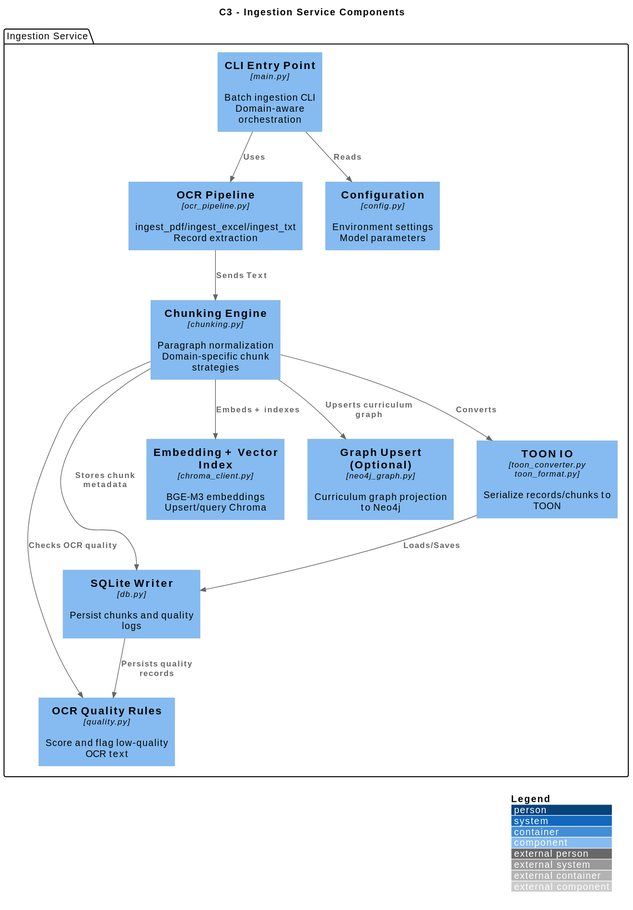
Above: docs/rendered/Backend_C3_Ingestion_Components.svg in KKOIDF/CPE-CHAT-0.0.2 (PlantUML), before the change.
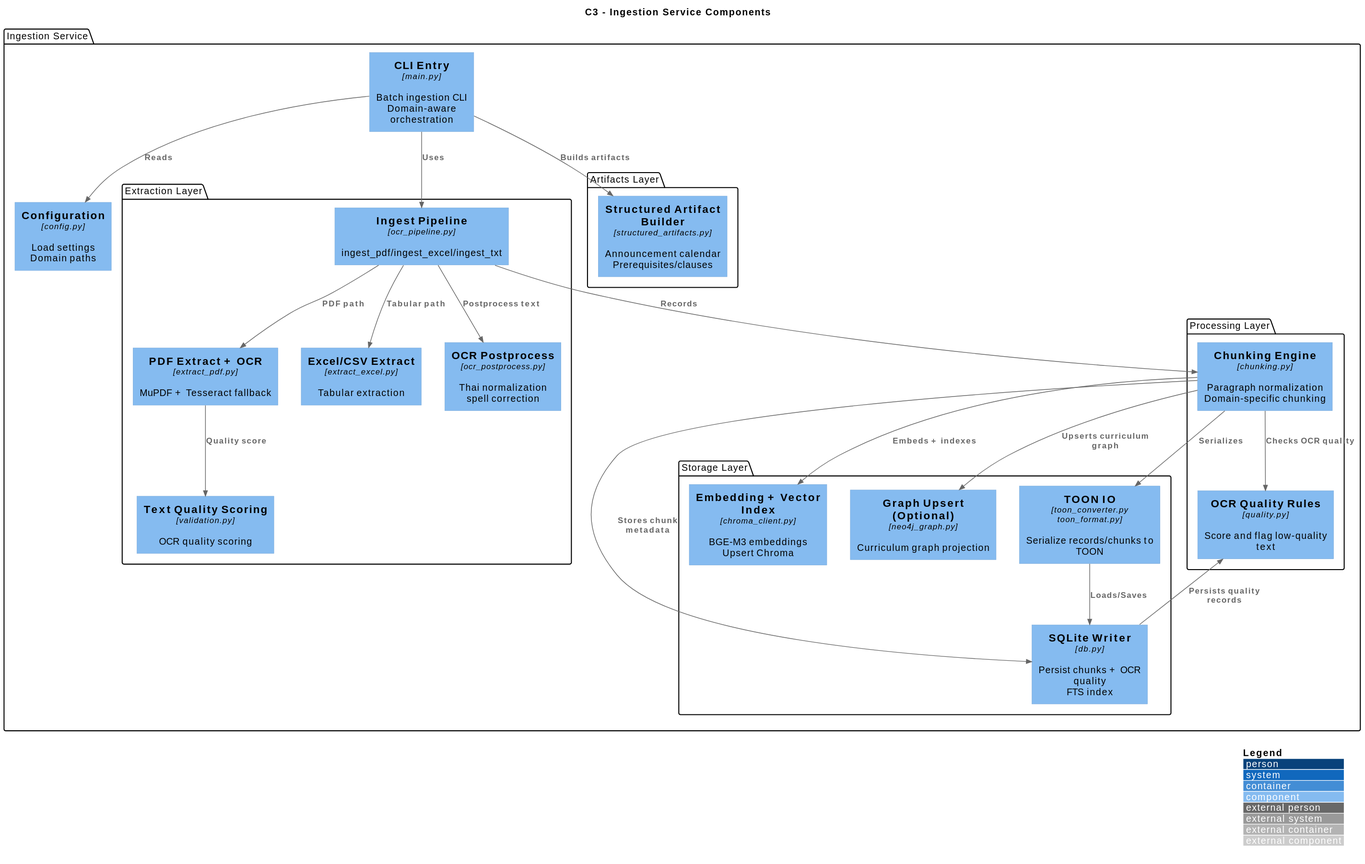
Later version of the same file.

What changed in the source:
```diff
@@ -1,35 +1,56 @@
 @startuml
-!include https://raw.githubusercontent.com/plantuml-stdlib/C4-PlantUML/master/C4_Component.puml
+!include <C4/C4_Component>
 
 LAYOUT_WITH_LEGEND()
 
 title C3 - Ingestion Service Components
 
 package "Ingestion Service" as ingestion_container {
-    Component(ingestion_main, "CLI Entry Point", "main.py", "Batch ingestion CLI\nDomain-aware orchestration")
+    Component(ingestion_main, "CLI Entry", "main.py", "Batch ingestion CLI\nDomain-aware orchestration")
 
-    Component(ocr_pipeline, "OCR Pipeline", "ocr_pipeline.py", "ingest_pdf/ingest_excel/ingest_txt\nRecord extraction")
-    Component(chunking, "Chunking Engine", "chunking.py", "Paragraph normalization\nDomain-specific chunk strategies")
-    Component(quality, "OCR Quality Rules", "quality.py", "Score and flag low-quality OCR text")
+    package "Extraction Layer" as extraction {
+        Component(ocr_pipeline, "Ingest Pipeline", "ocr_pipeline.py", "ingest_pdf/ingest_excel/ingest_txt")
+        Component(extract_pdf, "PDF Extract + OCR", "extract_pdf.py", "MuPDF + Tesseract fallback")
+        Component(extract_excel, "Excel/CSV Extract", "extract_excel.py", "Tabular extraction")
+        Component(ocr_post, "OCR Postprocess", "ocr_postprocess.py", "Thai normalization\nspell correction")
+        Component(validation, "Text Quality Scoring", "validation.py", "OCR quality scoring")
+    }
 
-    Component(db_client, "SQLite Writer", "db.py", "Persist chunks and quality logs")
-    Component(chroma_client, "Embedding + Vector Index", "chroma_client.py", "BGE-M3 embeddings\nUpsert/query Chroma")
-    Component(graph_writer, "Graph Upsert (Optional)", "neo4j_graph.py", "Curriculum graph projection to Neo4j")
+    package "Processing Layer" as processing {
+        Component(chunking, "Chunking Engine", "chunking.py", "Paragraph normalization\nDomain-specific chunking")
+        Component(quality, "OCR Quality Rules", "quality.py", "Score and flag low-quality text")
+    }
 
-    Component(toon_converter, "TOON IO", "toon_converter.py\ntoon_format.py", "Serialize records/chunks to TOON")
-    Component(config, "Configuration", "config.py", "Environment settings\nModel parameters")
+    package "Artifacts Layer" as artifacts {
+        Component(structured_artifacts, "Structured Artifact Builder", "structured_artifacts.py", "Announcement calendar\nPrerequisites/clauses")
+    }
+
+    package "Storage Layer" as storage {
+        Component(db_client, "SQLite Writer", "db.py", "Persist chunks + OCR quality\nFTS index")
+        Component(chroma_client, "Embedding + Vector Index", "chroma_client.py", "BGE-M3 embeddings\nUpsert Chroma")
+        Component(graph_writer, "Graph Upsert (Optional)", "neo4j_graph.py", "Curriculum graph projection")
+        Component(toon_converter, "TOON IO", "toon_converter.py\ntoon_format.py", "Serialize records/chunks to TOON")
+    }
+
+    Component(config, "Configuration", "config.py", "Load settings\nDomain paths")
 }
 
 Rel(ingestion_main, ocr_pipeline, "Uses")
 Rel(ingestion_main, config, "Reads")
+Rel(ingestion_main, structured_artifacts, "Builds artifacts")
 
-Rel(ocr_pipeline, chunking, "Sends Text")
+Rel(ocr_pipeline, extract_pdf, "PDF path")
+Rel(ocr_pipeline, extract_excel, "Tabular path")
+Rel(ocr_pipeline, ocr_post, "Postprocess text")
+Rel(extract_pdf, validation, "Quality score")
+Rel(ocr_pipeline, chunking, "Records")
+
 Rel(chunking, quality, "Checks OCR quality")
 Rel(chunking, db_client, "Stores chunk metadata")
 Rel(chunking, chroma_client, "Embeds + indexes")
+Rel(chunking, graph_writer, "Upserts curriculum graph")
+Rel(chunking, toon_converter, "Serializes")
 
-Rel(chunking, toon_converter, "Converts")
 Rel(toon_converter, db_client, "Loads/Saves")
-Rel(chunking, graph_writer, "Upserts curriculum graph")
 Rel(db_client, quality, "Persists quality records")
 @enduml
```
